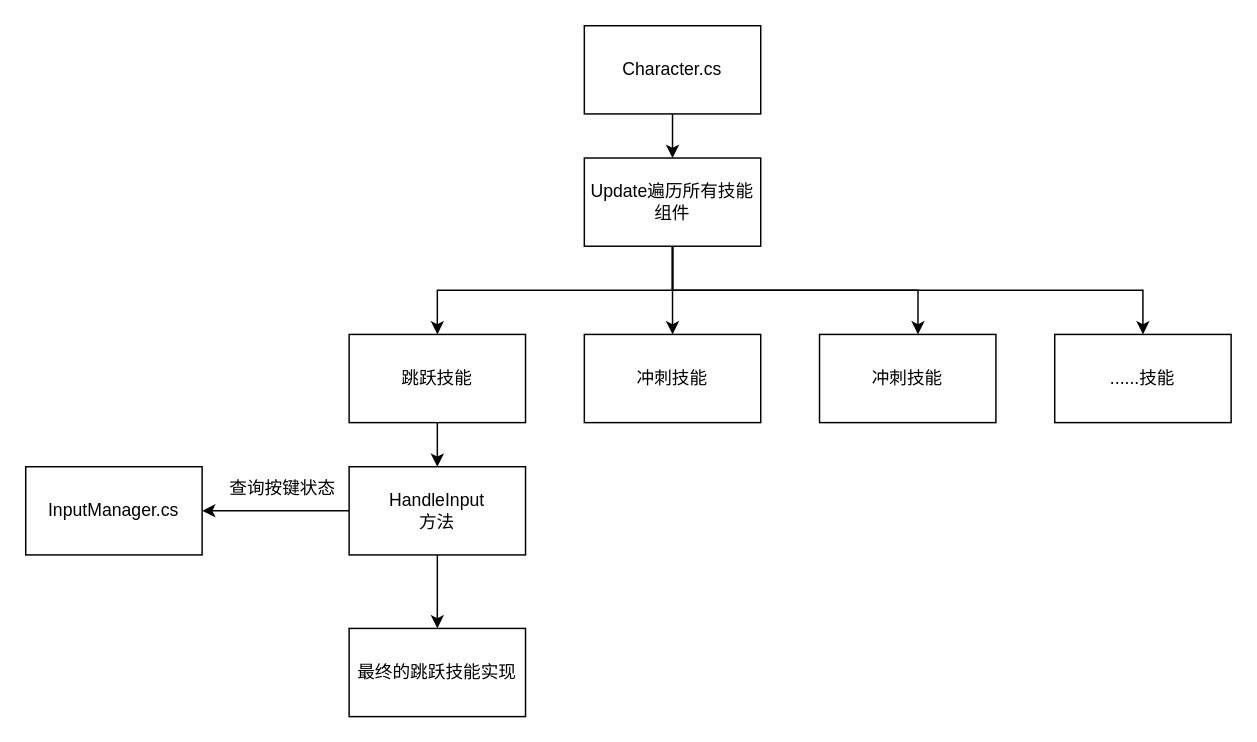
sass00n1/StartFramework keeps this draw.io diagram as page "技能系统" (5 of 8) of StartFramework.drawio. Above is the earlier version. Source tidied: cells renumbered, new cells numbered last; positions are measured from the earlier drawing's top-left corner, leaving out a move shared by most shapes. Both pictures are drawn from the tidied source at 147%, with x=0, y=0 at pixel (25, 25).
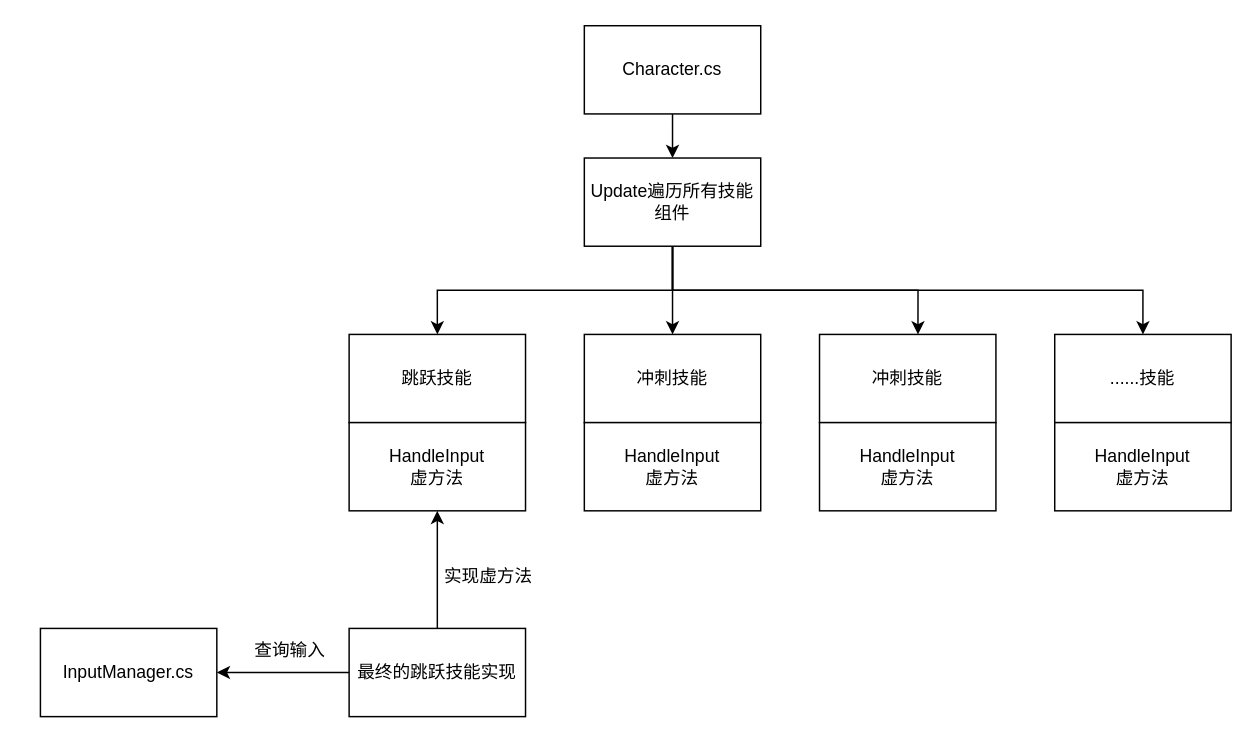
The same page after the edit.

Unchanged cells that the change refers to:
```xml
<mxCell id="10" value="跳跃技能" style="rounded=0;whiteSpace=wrap;html=1;" parent="1" vertex="1">
  <mxGeometry x="220" y="210" width="120" height="60" as="geometry" />
</mxCell>
<mxCell id="19" value="最终的跳跃技能实现" style="rounded=0;whiteSpace=wrap;html=1;" parent="1" vertex="1">
  <mxGeometry x="220" y="410" width="120" height="60" as="geometry" />
</mxCell>
```

Change to the diagram source:
```diff
@@
-    <mxCell id="9" style="edgeStyle=orthogonalEdgeStyle;rounded=0;jettySize=auto;html=1;exitX=0.5;exitY=1;exitDx=0;exitDy=0;" parent="1" edge="1" source="10" target="16">
-      <mxGeometry relative="1" as="geometry" />
-    </mxCell>
@@
-    <mxCell id="14" style="edgeStyle=orthogonalEdgeStyle;rounded=0;jettySize=auto;html=1;exitX=0;exitY=0.5;exitDx=0;exitDy=0;entryX=1;entryY=0.5;entryDx=0;entryDy=0;" parent="1" edge="1" source="16" target="17">
-      <mxGeometry relative="1" as="geometry" />
-    </mxCell>
-    <mxCell id="15" style="edgeStyle=orthogonalEdgeStyle;rounded=0;jettySize=auto;html=1;exitX=0.5;exitY=1;exitDx=0;exitDy=0;" parent="1" edge="1" source="16" target="19">
-      <mxGeometry relative="1" as="geometry" />
-    </mxCell>
-    <mxCell id="16" value="&lt;div&gt;HandleInput&lt;/div&gt;&lt;div&gt;方法&lt;/div&gt;" style="rounded=0;whiteSpace=wrap;html=1;" parent="1" vertex="1">
-      <mxGeometry x="220" y="300" width="120" height="60" as="geometry" />
+    <mxCell id="16" value="&lt;div&gt;HandleInput&lt;/div&gt;&lt;div&gt;虚方法&lt;/div&gt;" style="rounded=0;whiteSpace=wrap;html=1;" parent="1" vertex="1">
+      <mxGeometry x="220" y="270" width="120" height="60" as="geometry" />
     </mxCell>
     <mxCell id="17" value="InputManager.cs" style="rounded=0;whiteSpace=wrap;html=1;" parent="1" vertex="1">
-      <mxGeometry y="300" width="120" height="60" as="geometry" />
+      <mxGeometry x="10" y="410" width="120" height="60" as="geometry" />
     </mxCell>
-    <mxCell id="18" value="查询按键状态" style="text;html=1;strokeColor=none;fillColor=none;align=center;verticalAlign=middle;whiteSpace=wrap;rounded=0;" parent="1" vertex="1">
-      <mxGeometry x="130" y="300" width="90" height="30" as="geometry" />
-    </mxCell>
+    <mxCell id="20" style="edgeStyle=orthogonalEdgeStyle;rounded=0;jettySize=auto;html=1;exitX=0;exitY=0.5;exitDx=0;exitDy=0;" parent="1" edge="1" source="19" target="17">
+      <mxGeometry relative="1" as="geometry" />
+    </mxCell>
+    <mxCell id="21" style="edgeStyle=orthogonalEdgeStyle;rounded=0;jettySize=auto;html=1;exitX=0.5;exitY=0;exitDx=0;exitDy=0;" parent="1" edge="1" source="19" target="16">
+      <mxGeometry relative="1" as="geometry" />
+    </mxCell>
@@
+    <mxCell id="22" value="查询输入" style="text;html=1;strokeColor=none;fillColor=none;align=center;verticalAlign=middle;whiteSpace=wrap;rounded=0;" parent="1" vertex="1">
+      <mxGeometry x="150" y="410" width="60" height="30" as="geometry" />
+    </mxCell>
+    <mxCell id="23" value="实现虚方法" style="text;html=1;strokeColor=none;fillColor=none;align=center;verticalAlign=middle;whiteSpace=wrap;rounded=0;" parent="1" vertex="1">
+      <mxGeometry x="280" y="360" width="70" height="30" as="geometry" />
+    </mxCell>
+    <mxCell id="24" value="&lt;div&gt;HandleInput&lt;/div&gt;&lt;div&gt;虚方法&lt;/div&gt;" style="rounded=0;whiteSpace=wrap;html=1;" parent="1" vertex="1">
+      <mxGeometry x="380" y="270" width="120" height="60" as="geometry" />
+    </mxCell>
+    <mxCell id="25" value="&lt;div&gt;HandleInput&lt;/div&gt;&lt;div&gt;虚方法&lt;/div&gt;" style="rounded=0;whiteSpace=wrap;html=1;" parent="1" vertex="1">
+      <mxGeometry x="540" y="270" width="120" height="60" as="geometry" />
+    </mxCell>
+    <mxCell id="26" value="&lt;div&gt;HandleInput&lt;/div&gt;&lt;div&gt;虚方法&lt;/div&gt;" style="rounded=0;whiteSpace=wrap;html=1;" parent="1" vertex="1">
+      <mxGeometry x="700" y="270" width="120" height="60" as="geometry" />
+    </mxCell>
```
